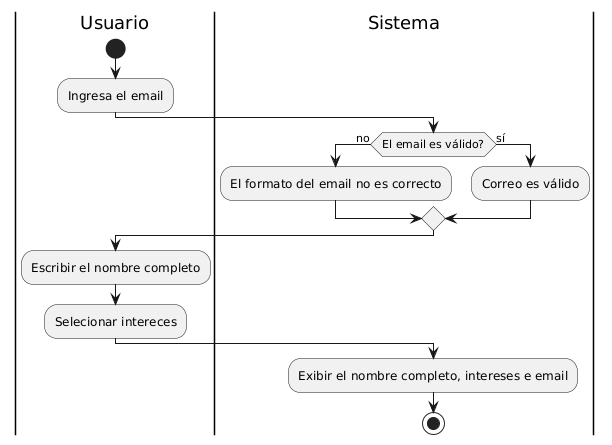
This is docs/04-diagramas/01-diagrama-de-actividades/actividad-flujo-2-actividad-subscripcion-newsletter.png from Thallys8/turismo-buenos-aires, a PlantUML export, as it was before one commit. Its source is kept beside it as docs/04-diagramas/01-diagrama-de-actividades/actividad-flujo-2-actividad-subscripcion-newsletter.puml.
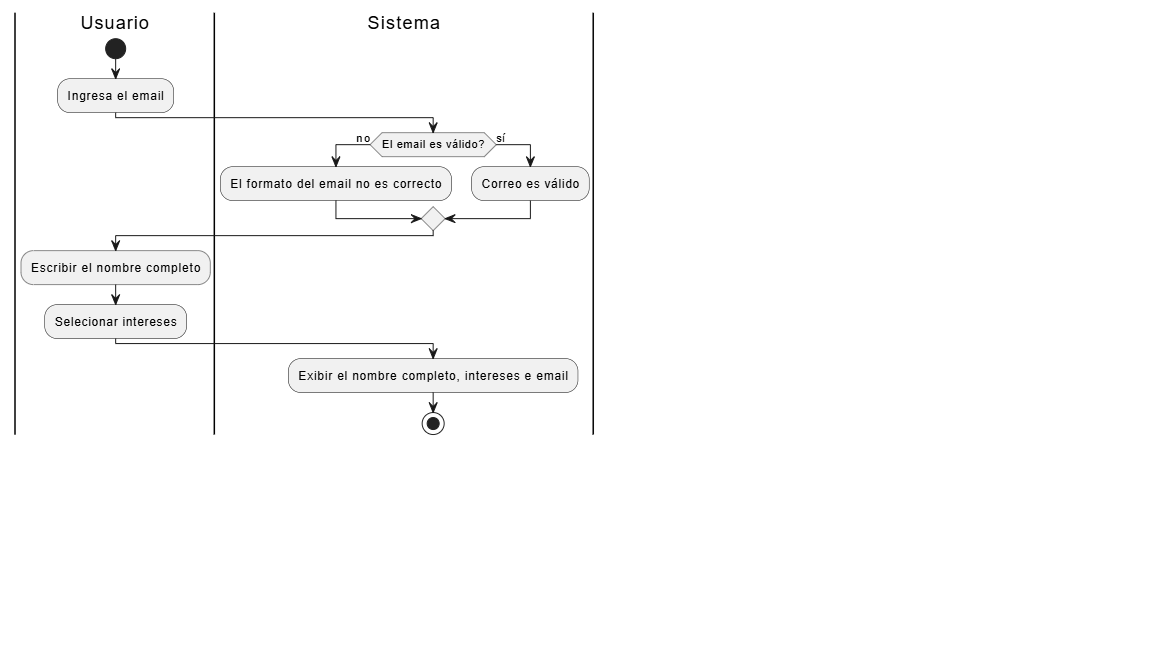
Later version of the same file.

Change to the diagram source:
```diff
@@ -12,7 +12,7 @@
 
 |Usuario|
 :Escribir el nombre completo;
-:Selecionar intereces;
+:Selecionar intereses;
 
 |Sistema|
 :Exibir el nombre completo, intereses e email;
```
